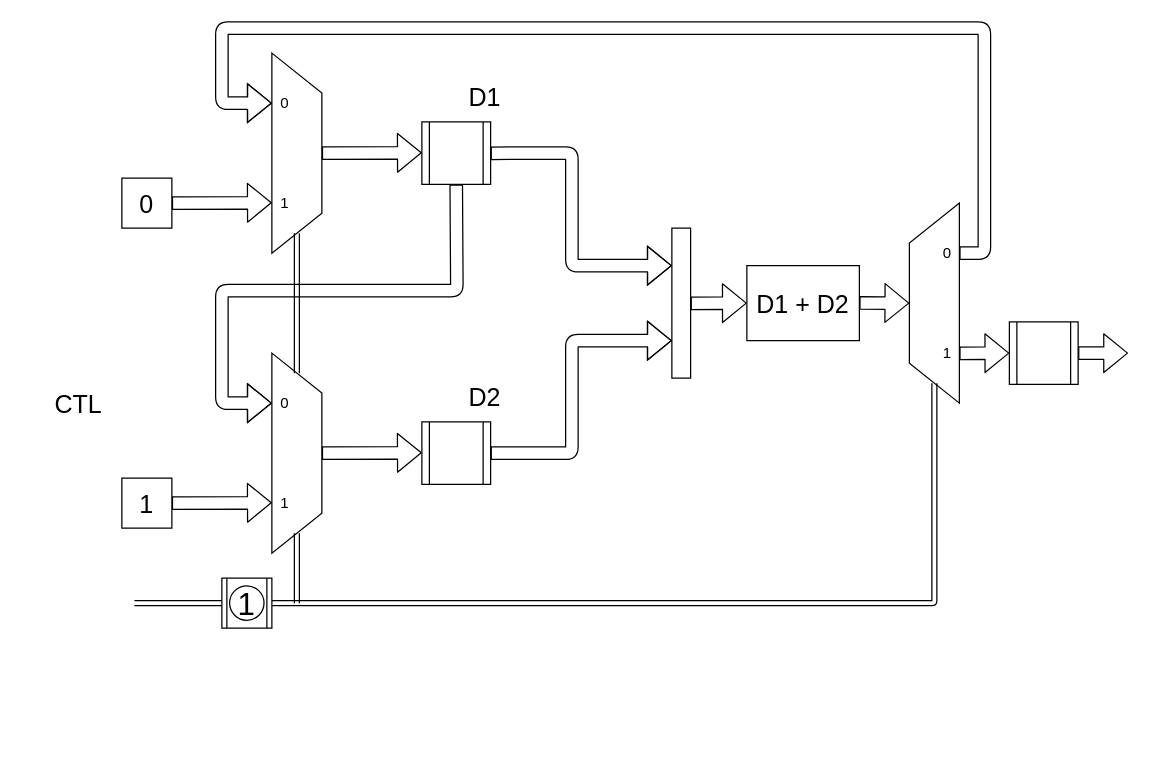
The draw.io diagram Async_HW3.drawio in jackwatson01234/draw.io, before the edit. Source tidied: cells renumbered, new cells numbered last; positions are measured from the earlier drawing's top-left corner, leaving out a move shared by most shapes. Both pictures are drawn from the tidied source at 125%, with x=0, y=0 at pixel (46, 28).
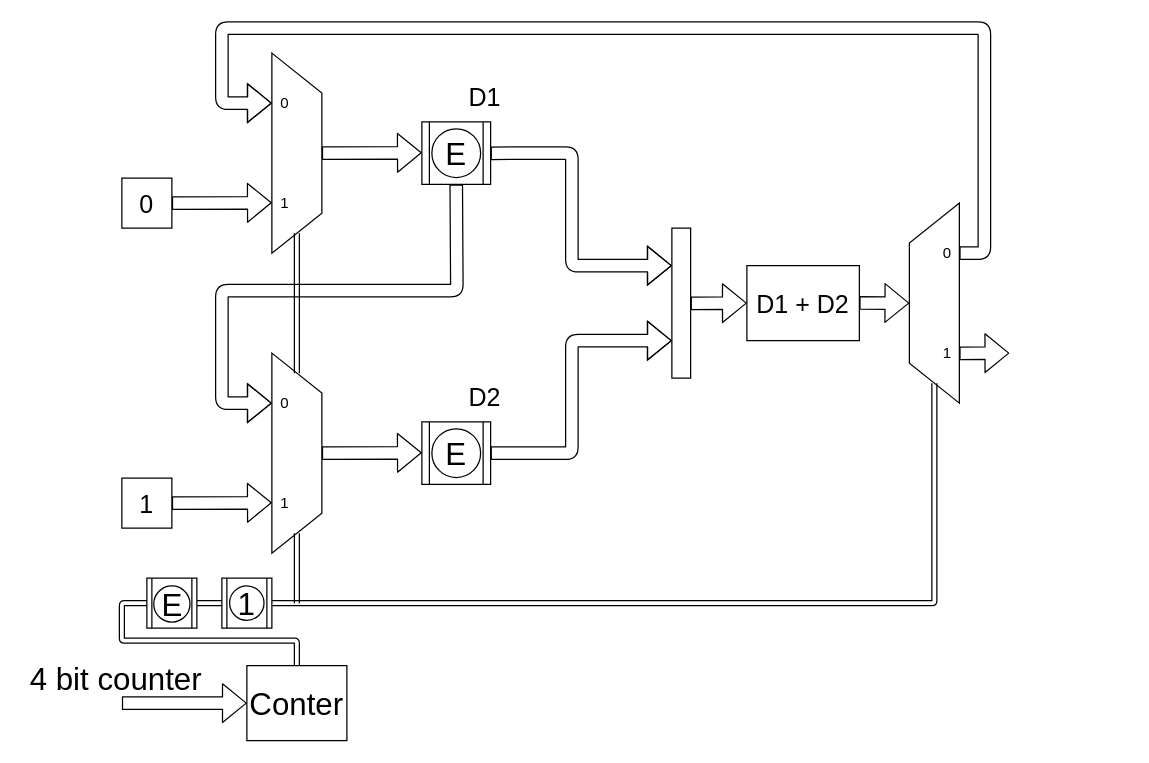
After the change.

Unchanged cells that the change refers to:
```xml
<mxCell id="34" style="shape=process;whiteSpace=wrap;html=1;backgroundOutline=1;" parent="1" vertex="1">
  <mxGeometry x="140" y="440" width="40" height="40" as="geometry" />
</mxCell>
```

The edit, as a diff of the source:
```diff
@@
-    <mxCell id="33" value="CTL" style="text;html=1;align=center;verticalAlign=middle;fontSize=20;" parent="1" vertex="1">
-      <mxGeometry y="285" width="50" height="30" as="geometry" />
-    </mxCell>
@@
     <mxCell id="36" style="shape=link;html=1;fontSize=25;entryX=0;entryY=0.5;entryDx=0;entryDy=0;" parent="1" edge="1" target="34">
       <mxGeometry relative="1" as="geometry">
-        <mxPoint x="70" y="460" as="sourcePoint" />
+        <mxPoint x="120" y="460" as="sourcePoint" />
       </mxGeometry>
     </mxCell>
-    <mxCell id="37" style="shape=process;whiteSpace=wrap;html=1;backgroundOutline=1;" parent="1" vertex="1">
-      <mxGeometry x="770" y="235" width="55" height="50" as="geometry" />
-    </mxCell>
-    <mxCell id="38" style="shape=flexArrow;endArrow=classic;html=1;exitX=0.5;exitY=0;exitDx=0;exitDy=0;" parent="1" edge="1">
-      <mxGeometry relative="1" as="geometry">
-        <mxPoint x="825" y="260" as="sourcePoint" />
-        <mxPoint x="865" y="260" as="targetPoint" />
-      </mxGeometry>
-    </mxCell>
+    <mxCell id="39" style="shape=process;whiteSpace=wrap;html=1;backgroundOutline=1;" parent="1" vertex="1">
+      <mxGeometry x="80" y="440" width="40" height="40" as="geometry" />
+    </mxCell>
+    <mxCell id="40" style="shape=link;html=1;fontSize=25;exitX=0;exitY=0.5;exitDx=0;exitDy=0;entryX=0.5;entryY=0;entryDx=0;entryDy=0;" parent="1" edge="1" source="39" target="41">
+      <mxGeometry relative="1" as="geometry">
+        <Array as="points">
+          <mxPoint x="60" y="460" />
+          <mxPoint x="60" y="490" />
+          <mxPoint x="200" y="490" />
+        </Array>
+      </mxGeometry>
+    </mxCell>
+    <mxCell id="41" value="Conter" style="rounded=0;whiteSpace=wrap;html=1;fontSize=25;" parent="1" vertex="1">
+      <mxGeometry x="160" y="510" width="80" height="60" as="geometry" />
+    </mxCell>
+    <mxCell id="42" style="shape=flexArrow;endArrow=classic;html=1;fontSize=25;" parent="1" edge="1">
+      <mxGeometry relative="1" as="geometry">
+        <mxPoint x="60" y="540" as="sourcePoint" />
+        <mxPoint x="160" y="540" as="targetPoint" />
+      </mxGeometry>
+    </mxCell>
+    <mxCell id="43" value="4 bit counter" style="text;html=1;align=center;verticalAlign=middle;fontSize=25;" parent="1" vertex="1">
+      <mxGeometry x="-20" y="500" width="150" height="40" as="geometry" />
+    </mxCell>
+    <mxCell id="44" value="E" style="ellipse;whiteSpace=wrap;html=1;fontSize=25;" parent="1" vertex="1">
+      <mxGeometry x="85.5" y="446.2" width="29" height="29" as="geometry" />
+    </mxCell>
+    <mxCell id="45" value="E" style="ellipse;whiteSpace=wrap;html=1;fontSize=25;" parent="1" vertex="1">
+      <mxGeometry x="308" y="320.5" width="39" height="39" as="geometry" />
+    </mxCell>
+    <mxCell id="46" value="E" style="ellipse;whiteSpace=wrap;html=1;fontSize=25;" parent="1" vertex="1">
+      <mxGeometry x="308" y="80.5" width="39" height="39" as="geometry" />
+    </mxCell>
```
